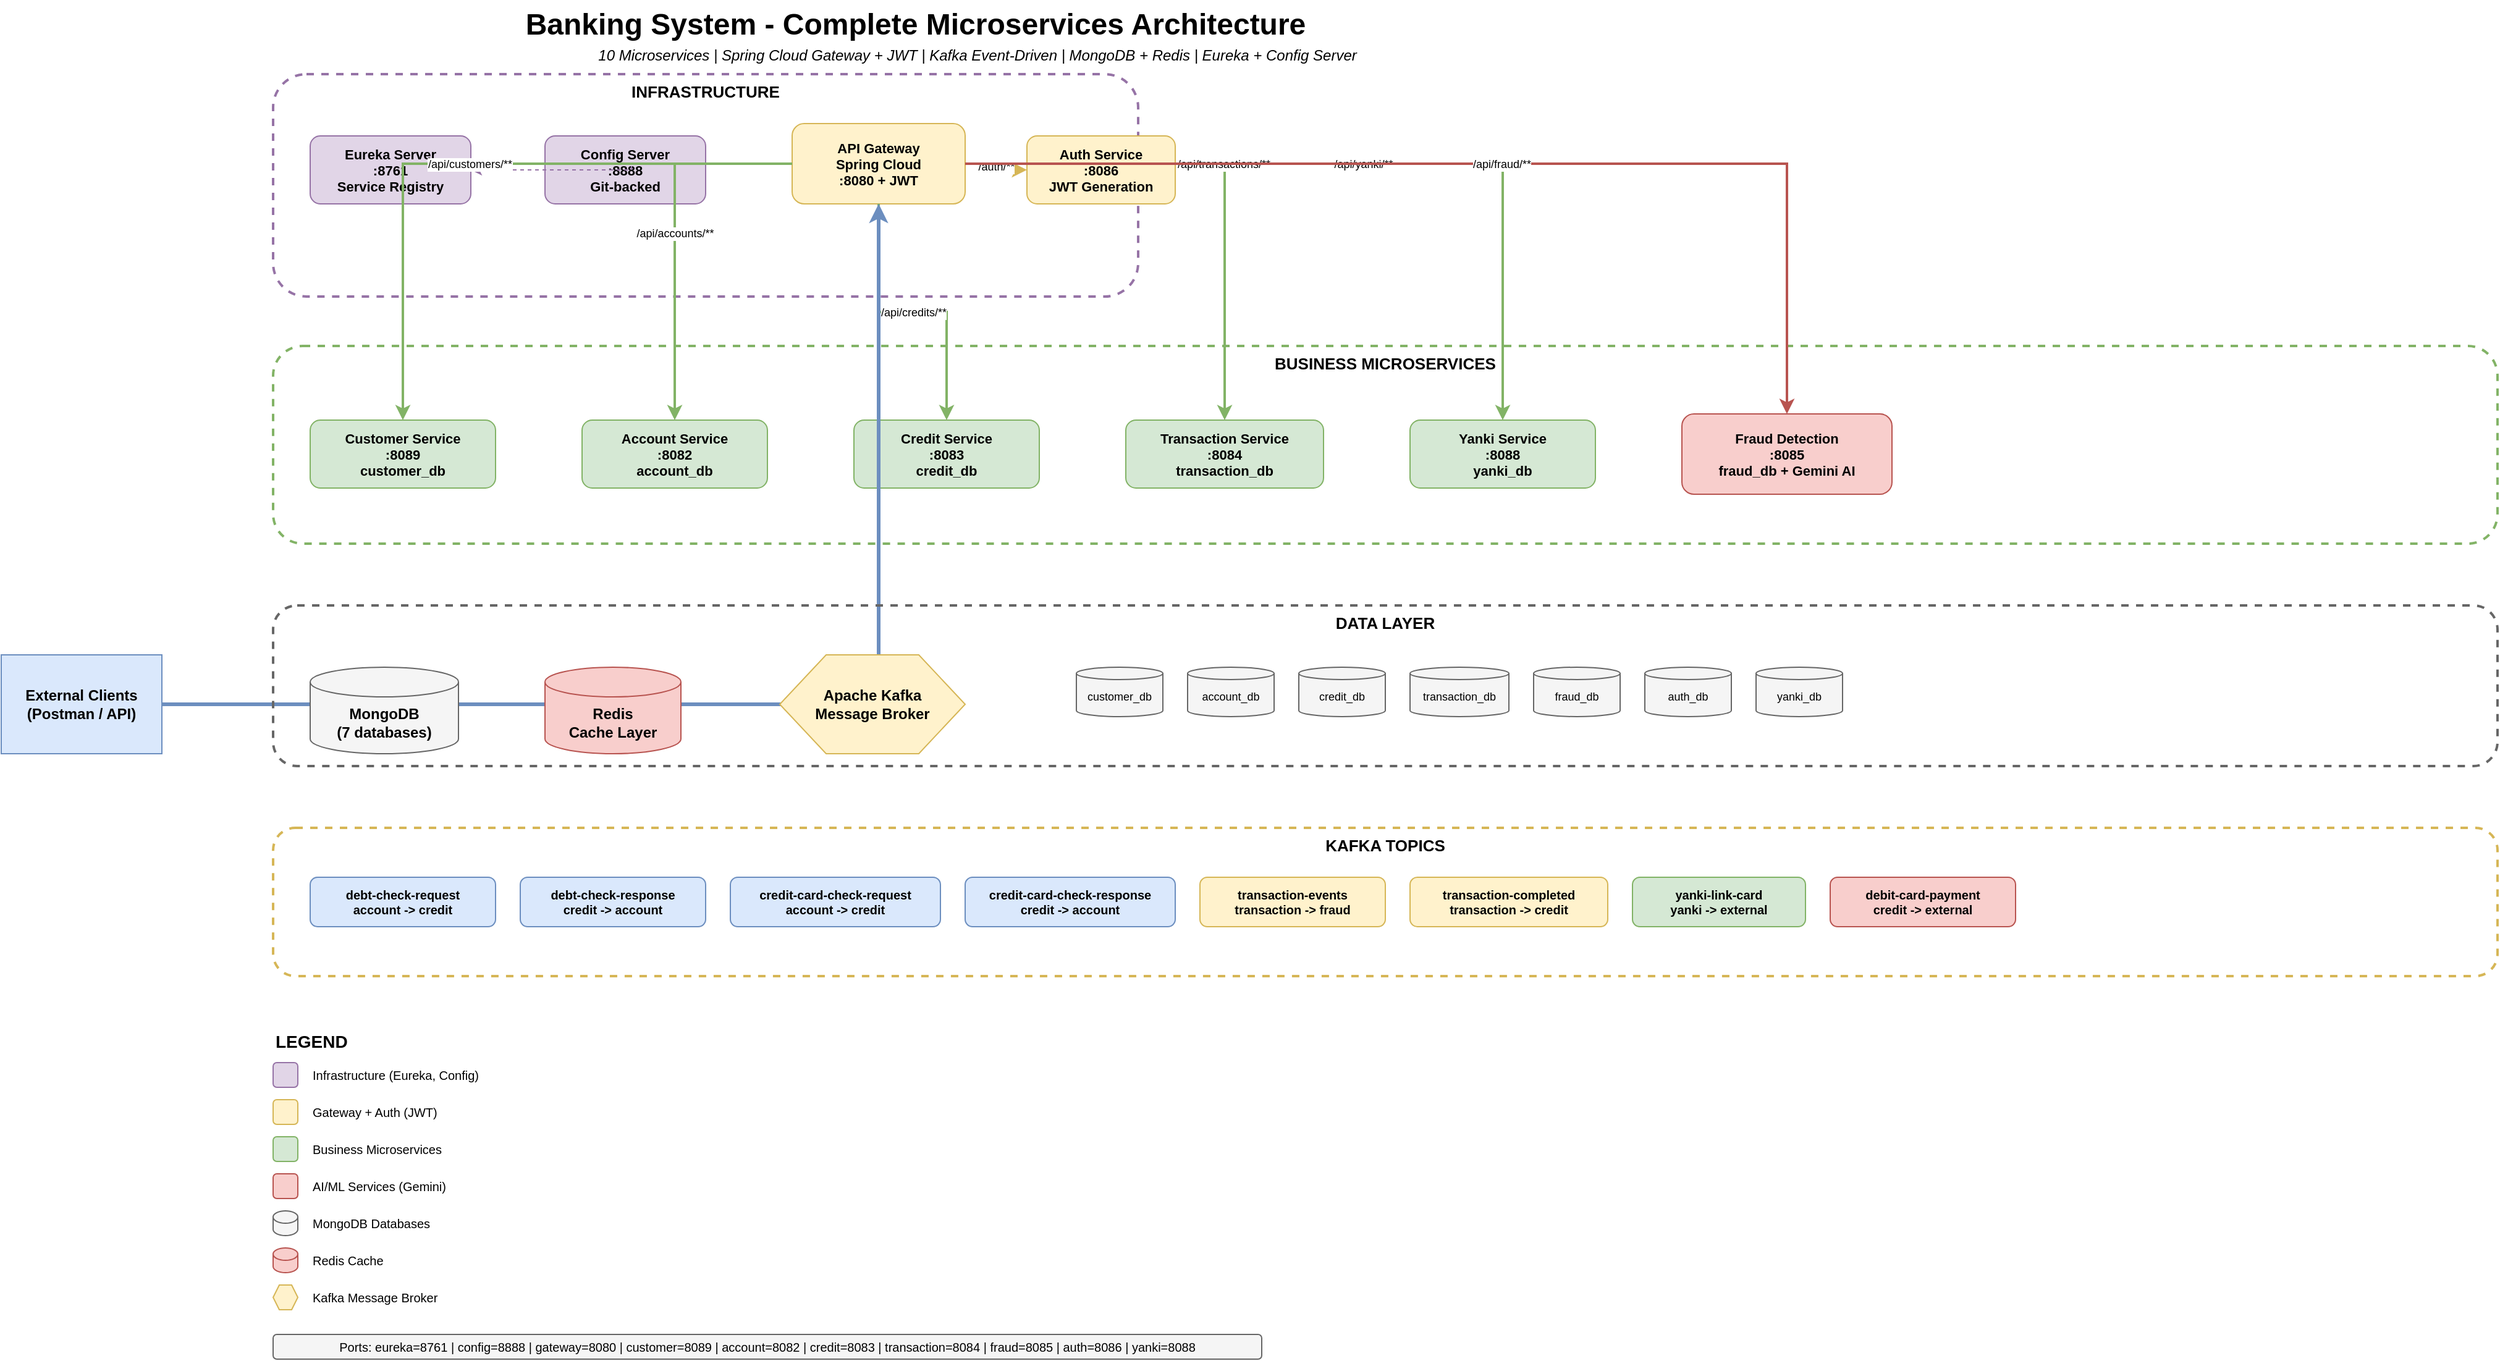
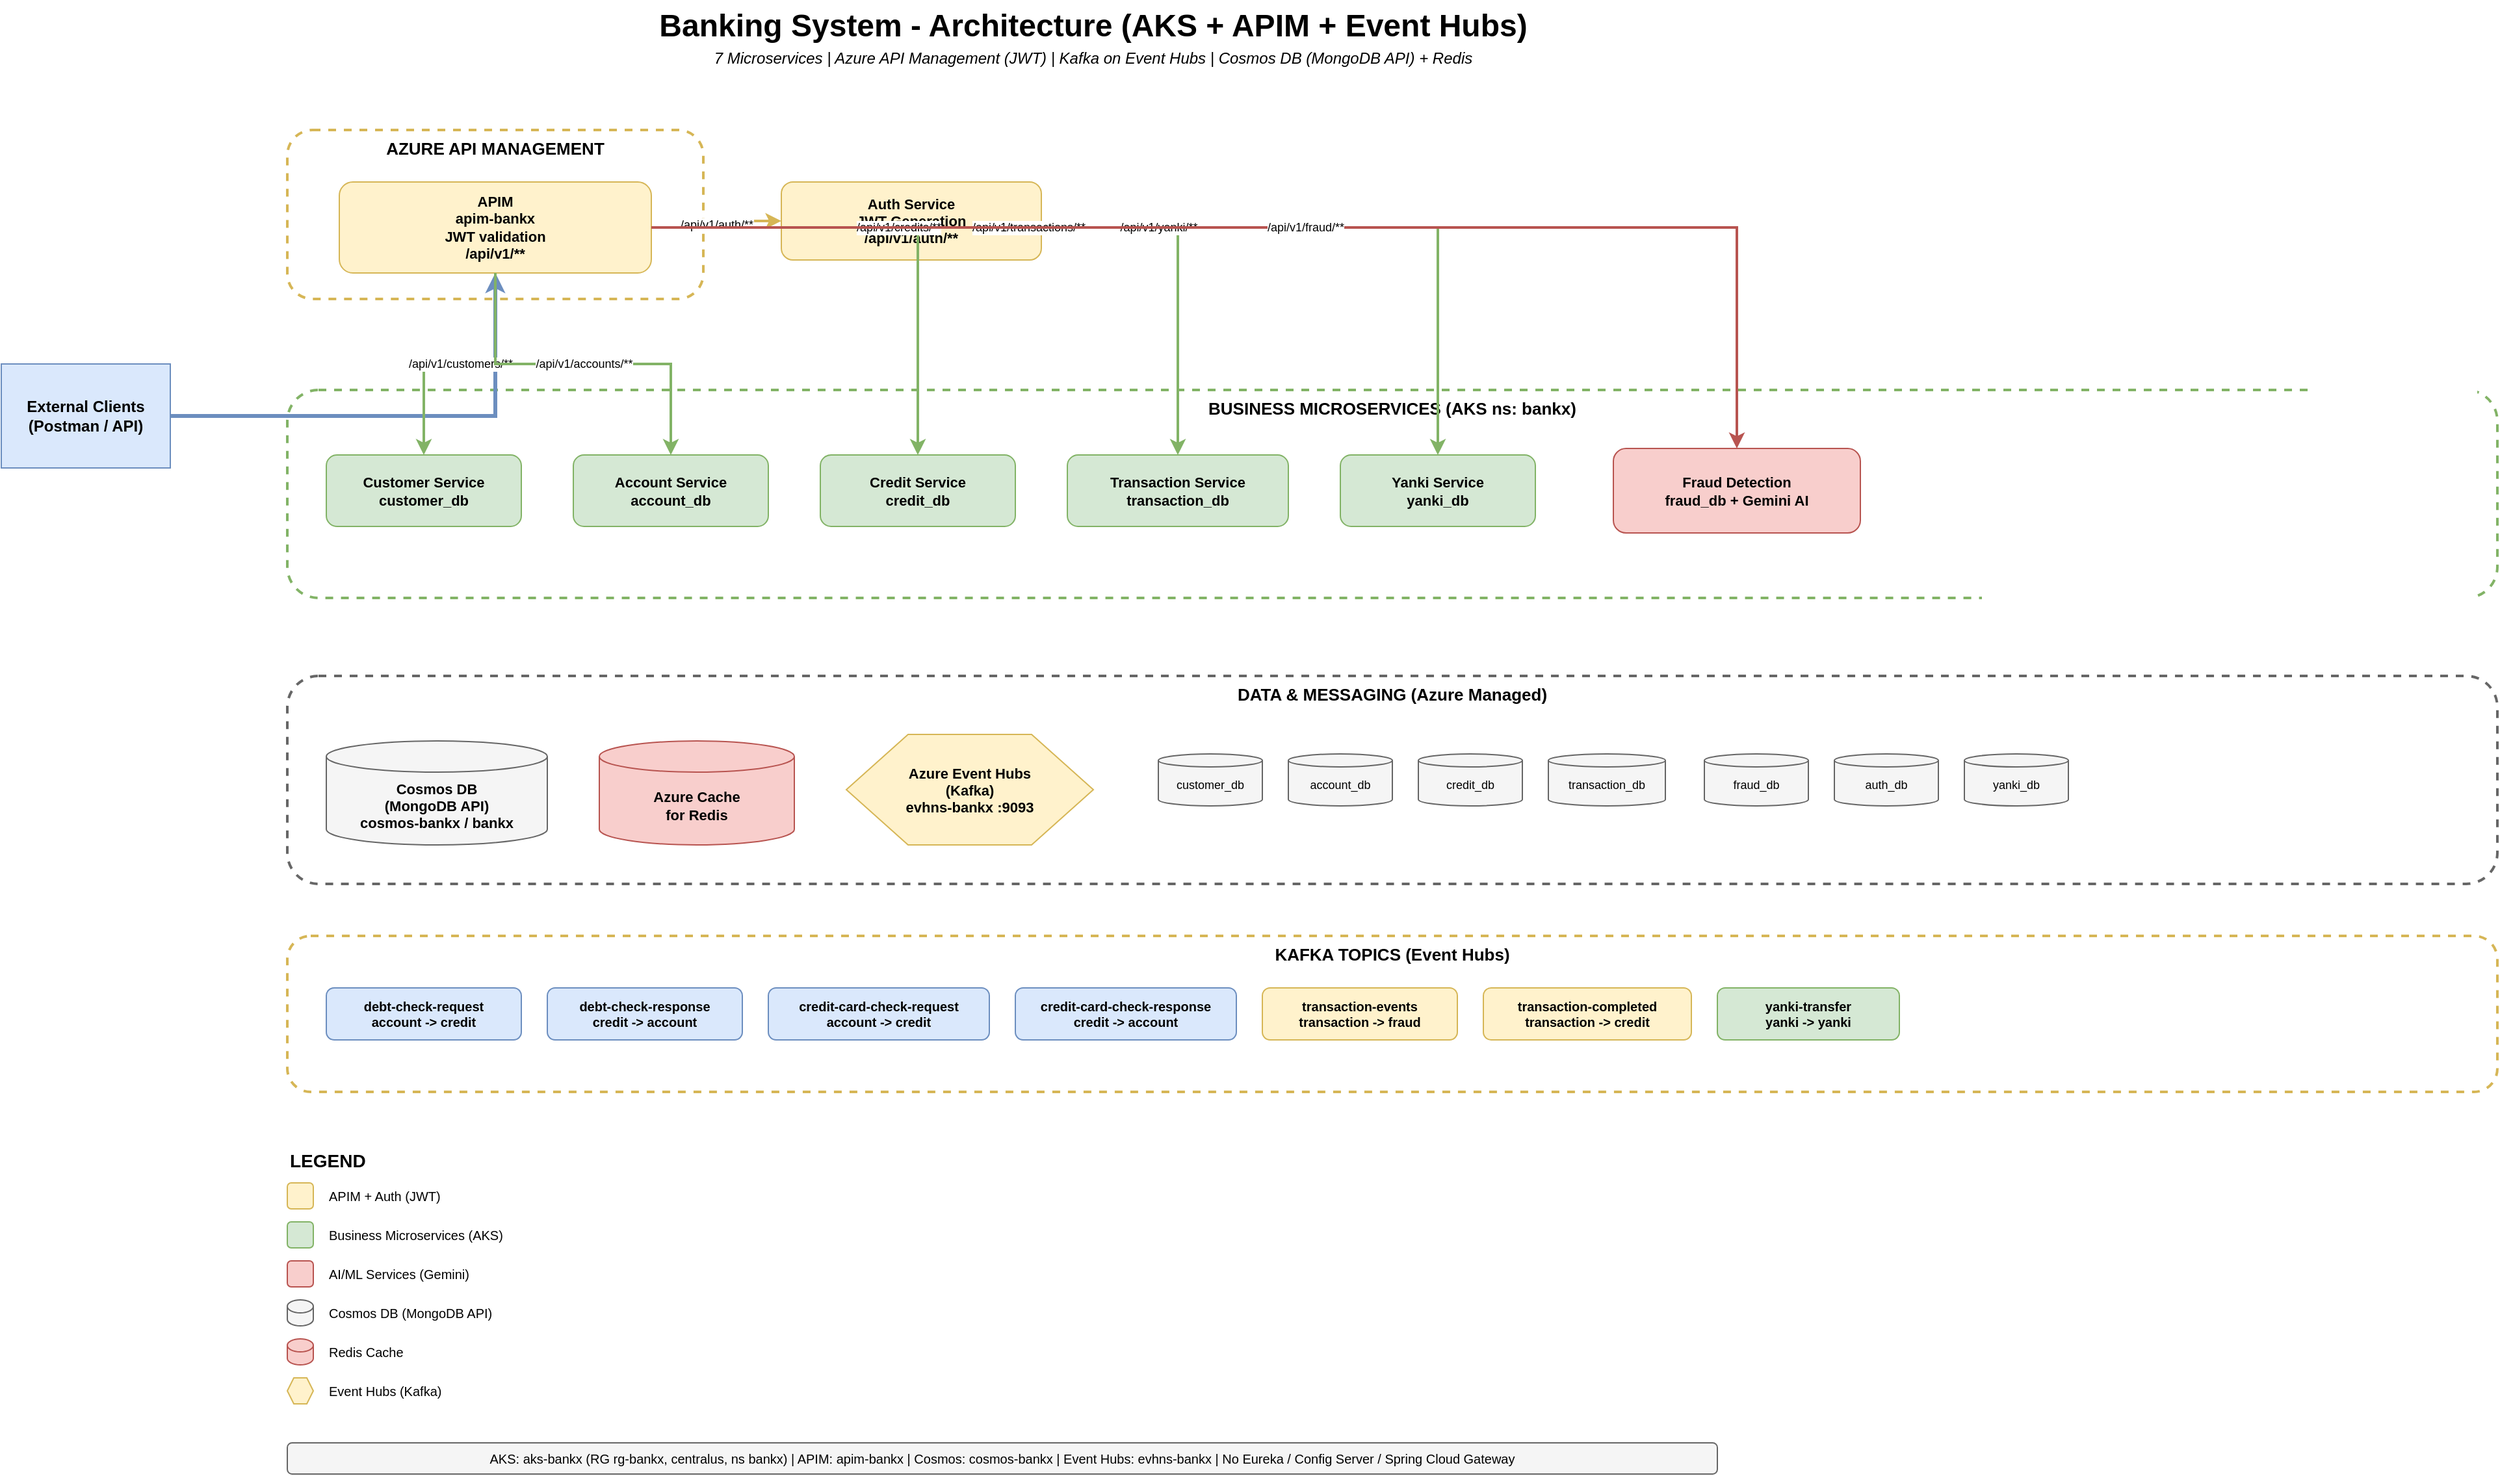
- <mxfile host="app.diagrams.net" modified="2026-07-15T11:30:00.000Z" agent="opencode" version="21.0.0" type="device">
-   <diagram id="banking-system-architecture" name="Banking System Architecture">
-     <mxGraphModel dx="1800" dy="1000" grid="1" gridSize="10" guides="1" tooltips="1" connect="1" arrows="1" fold="1" page="1" pageScale="1" pageWidth="2400" pageHeight="1600" math="0" shadow="0">
+ <mxfile host="app.diagrams.net" modified="2026-07-18T00:00:00.000Z" agent="opencode" version="21.0.0" type="device">
+   <diagram id="banking-system-architecture" name="Banking System Architecture (AKS / APIM)">
+     <mxGraphModel dx="1800" dy="1000" grid="1" gridSize="10" guides="1" tooltips="1" connect="1" arrows="1" fold="1" page="1" pageScale="1" pageWidth="2400" pageHeight="1500" math="0" shadow="0">
      <root>
        <mxCell id="0" />
        <mxCell id="1" parent="0" />
-         <mxCell id="title" value="Banking System - Complete Microservices Architecture" style="text;html=1;strokeColor=none;fillColor=none;align=center;verticalAlign=middle;whiteSpace=wrap;rounded=0;fontSize=24;fontStyle=1" vertex="1" parent="1">
-           <mxGeometry x="400" y="20" width="800" height="40" as="geometry" />
+         <mxCell id="title" value="Banking System - Architecture (AKS + APIM + Event Hubs)" style="text;html=1;strokeColor=none;fillColor=none;align=center;verticalAlign=middle;whiteSpace=wrap;rounded=0;fontSize=24;fontStyle=1" vertex="1" parent="1">
+           <mxGeometry x="400" y="20" width="1000" height="40" as="geometry" />
        </mxCell>
-         <mxCell id="subtitle" value="10 Microservices | Spring Cloud Gateway + JWT | Kafka Event-Driven | MongoDB + Redis | Eureka + Config Server" style="text;html=1;strokeColor=none;fillColor=none;align=center;verticalAlign=middle;whiteSpace=wrap;rounded=0;fontSize=12;fontStyle=2" vertex="1" parent="1">
-           <mxGeometry x="400" y="55" width="900" height="20" as="geometry" />
+         <mxCell id="subtitle" value="7 Microservices | Azure API Management (JWT) | Kafka on Event Hubs | Cosmos DB (MongoDB API) + Redis" style="text;html=1;strokeColor=none;fillColor=none;align=center;verticalAlign=middle;whiteSpace=wrap;rounded=0;fontSize=12;fontStyle=2" vertex="1" parent="1">
+           <mxGeometry x="400" y="55" width="1000" height="20" as="geometry" />
        </mxCell>
        <mxCell id="client" value="External Clients&#xa;(Postman / API)" style="shape=mxgraph.basic.cloud;whiteSpace=wrap;html=1;fillColor=#dae8fc;strokeColor=#6c8ebf;fontSize=12;fontStyle=1" vertex="1" parent="1">
-           <mxGeometry x="60" y="550" width="130" height="80" as="geometry" />
+           <mxGeometry x="60" y="300" width="130" height="80" as="geometry" />
        </mxCell>
-         <mxCell id="infra_zone" value="INFRASTRUCTURE" style="rounded=1;whiteSpace=wrap;html=1;fillColor=none;strokeColor=#9673a6;strokeWidth=2;dashed=1;fontSize=13;fontStyle=1;verticalAlign=top;" vertex="1" parent="1">
-           <mxGeometry x="280" y="80" width="700" height="180" as="geometry" />
+         <mxCell id="apim_zone" value="AZURE API MANAGEMENT" style="rounded=1;whiteSpace=wrap;html=1;fillColor=none;strokeColor=#d6b656;strokeWidth=2;dashed=1;fontSize=13;fontStyle=1;verticalAlign=top;" vertex="1" parent="1">
+           <mxGeometry x="280" y="120" width="320" height="130" as="geometry" />
        </mxCell>
-         <mxCell id="eureka" value="Eureka Server&#xa;:8761&#xa;Service Registry" style="rounded=1;whiteSpace=wrap;html=1;fillColor=#e1d5e7;strokeColor=#9673a6;fontSize=11;fontStyle=1" vertex="1" parent="1">
-           <mxGeometry x="310" y="130" width="130" height="55" as="geometry" />
+         <mxCell id="apim" value="APIM&#xa;apim-bankx&#xa;JWT validation&#xa;/api/v1/**" style="rounded=1;whiteSpace=wrap;html=1;fillColor=#fff2cc;strokeColor=#d6b656;fontSize=11;fontStyle=1" vertex="1" parent="1">
+           <mxGeometry x="320" y="160" width="240" height="70" as="geometry" />
        </mxCell>
-         <mxCell id="config" value="Config Server&#xa;:8888&#xa;Git-backed" style="rounded=1;whiteSpace=wrap;html=1;fillColor=#e1d5e7;strokeColor=#9673a6;fontSize=11;fontStyle=1" vertex="1" parent="1">
-           <mxGeometry x="500" y="130" width="130" height="55" as="geometry" />
+         <mxCell id="auth" value="Auth Service&#xa;JWT Generation&#xa;/api/v1/auth/**" style="rounded=1;whiteSpace=wrap;html=1;fillColor=#fff2cc;strokeColor=#d6b656;fontSize=11;fontStyle=1" vertex="1" parent="1">
+           <mxGeometry x="660" y="160" width="200" height="60" as="geometry" />
        </mxCell>
-         <mxCell id="gateway" value="API Gateway&#xa;Spring Cloud&#xa;:8080 + JWT" style="rounded=1;whiteSpace=wrap;html=1;fillColor=#fff2cc;strokeColor=#d6b656;fontSize=11;fontStyle=1" vertex="1" parent="1">
-           <mxGeometry x="700" y="120" width="140" height="65" as="geometry" />
+         <mxCell id="biz_zone" value="BUSINESS MICROSERVICES (AKS ns: bankx)" style="rounded=1;whiteSpace=wrap;html=1;fillColor=none;strokeColor=#82b366;strokeWidth=2;dashed=1;fontSize=13;fontStyle=1;verticalAlign=top;" vertex="1" parent="1">
+           <mxGeometry x="280" y="320" width="1700" height="160" as="geometry" />
        </mxCell>
-         <mxCell id="auth" value="Auth Service&#xa;:8086&#xa;JWT Generation" style="rounded=1;whiteSpace=wrap;html=1;fillColor=#fff2cc;strokeColor=#d6b656;fontSize=11;fontStyle=1" vertex="1" parent="1">
-           <mxGeometry x="890" y="130" width="120" height="55" as="geometry" />
+         <mxCell id="customer" value="Customer Service&#xa;customer_db" style="rounded=1;whiteSpace=wrap;html=1;fillColor=#d5e8d4;strokeColor=#82b366;fontSize=11;fontStyle=1" vertex="1" parent="1">
+           <mxGeometry x="310" y="370" width="150" height="55" as="geometry" />
        </mxCell>
-         <mxCell id="g_eureka" value="" style="edgeStyle=orthogonalEdgeStyle;rounded=0;orthogonalLoop=1;jettySize=auto;html=1;strokeWidth=1;strokeColor=#9673a6;dashed=1" edge="1" source="gateway" target="eureka" parent="1">
+         <mxCell id="account" value="Account Service&#xa;account_db" style="rounded=1;whiteSpace=wrap;html=1;fillColor=#d5e8d4;strokeColor=#82b366;fontSize=11;fontStyle=1" vertex="1" parent="1">
+           <mxGeometry x="500" y="370" width="150" height="55" as="geometry" />
+         </mxCell>
+         <mxCell id="credit" value="Credit Service&#xa;credit_db" style="rounded=1;whiteSpace=wrap;html=1;fillColor=#d5e8d4;strokeColor=#82b366;fontSize=11;fontStyle=1" vertex="1" parent="1">
+           <mxGeometry x="690" y="370" width="150" height="55" as="geometry" />
+         </mxCell>
+         <mxCell id="transaction" value="Transaction Service&#xa;transaction_db" style="rounded=1;whiteSpace=wrap;html=1;fillColor=#d5e8d4;strokeColor=#82b366;fontSize=11;fontStyle=1" vertex="1" parent="1">
+           <mxGeometry x="880" y="370" width="170" height="55" as="geometry" />
+         </mxCell>
+         <mxCell id="yanki" value="Yanki Service&#xa;yanki_db" style="rounded=1;whiteSpace=wrap;html=1;fillColor=#d5e8d4;strokeColor=#82b366;fontSize=11;fontStyle=1" vertex="1" parent="1">
+           <mxGeometry x="1090" y="370" width="150" height="55" as="geometry" />
+         </mxCell>
+         <mxCell id="fraud" value="Fraud Detection&#xa;fraud_db + Gemini AI" style="rounded=1;whiteSpace=wrap;html=1;fillColor=#f8cecc;strokeColor=#b85450;fontSize=11;fontStyle=1" vertex="1" parent="1">
+           <mxGeometry x="1300" y="365" width="190" height="65" as="geometry" />
+         </mxCell>
+         <mxCell id="client_apim" style="edgeStyle=orthogonalEdgeStyle;rounded=0;orthogonalLoop=1;jettySize=auto;html=1;strokeWidth=3;strokeColor=#6c8ebf" edge="1" source="client" target="apim" parent="1">
          <mxGeometry relative="1" as="geometry" />
        </mxCell>
-         <mxCell id="g_auth" value="/auth/**" style="edgeStyle=orthogonalEdgeStyle;rounded=0;orthogonalLoop=1;jettySize=auto;html=1;strokeWidth=2;strokeColor=#d6b656;fontSize=9" edge="1" source="gateway" target="auth" parent="1">
+         <mxCell id="apim_auth" value="/api/v1/auth/**" style="edgeStyle=orthogonalEdgeStyle;rounded=0;orthogonalLoop=1;jettySize=auto;html=1;strokeWidth=2;strokeColor=#d6b656;fontSize=9" edge="1" source="apim" target="auth" parent="1">
          <mxGeometry relative="1" as="geometry" />
        </mxCell>
-         <mxCell id="biz_zone" value="BUSINESS MICROSERVICES" style="rounded=1;whiteSpace=wrap;html=1;fillColor=none;strokeColor=#82b366;strokeWidth=2;dashed=1;fontSize=13;fontStyle=1;verticalAlign=top;" vertex="1" parent="1">
-           <mxGeometry x="280" y="300" width="1800" height="160" as="geometry" />
-         </mxCell>
-         <mxCell id="customer" value="Customer Service&#xa;:8089&#xa;customer_db" style="rounded=1;whiteSpace=wrap;html=1;fillColor=#d5e8d4;strokeColor=#82b366;fontSize=11;fontStyle=1" vertex="1" parent="1">
-           <mxGeometry x="310" y="360" width="150" height="55" as="geometry" />
-         </mxCell>
-         <mxCell id="account" value="Account Service&#xa;:8082&#xa;account_db" style="rounded=1;whiteSpace=wrap;html=1;fillColor=#d5e8d4;strokeColor=#82b366;fontSize=11;fontStyle=1" vertex="1" parent="1">
-           <mxGeometry x="530" y="360" width="150" height="55" as="geometry" />
-         </mxCell>
-         <mxCell id="credit" value="Credit Service&#xa;:8083&#xa;credit_db" style="rounded=1;whiteSpace=wrap;html=1;fillColor=#d5e8d4;strokeColor=#82b366;fontSize=11;fontStyle=1" vertex="1" parent="1">
-           <mxGeometry x="750" y="360" width="150" height="55" as="geometry" />
-         </mxCell>
-         <mxCell id="transaction" value="Transaction Service&#xa;:8084&#xa;transaction_db" style="rounded=1;whiteSpace=wrap;html=1;fillColor=#d5e8d4;strokeColor=#82b366;fontSize=11;fontStyle=1" vertex="1" parent="1">
-           <mxGeometry x="970" y="360" width="160" height="55" as="geometry" />
-         </mxCell>
-         <mxCell id="yanki" value="Yanki Service&#xa;:8088&#xa;yanki_db" style="rounded=1;whiteSpace=wrap;html=1;fillColor=#d5e8d4;strokeColor=#82b366;fontSize=11;fontStyle=1" vertex="1" parent="1">
-           <mxGeometry x="1200" y="360" width="150" height="55" as="geometry" />
-         </mxCell>
-         <mxCell id="fraud" value="Fraud Detection&#xa;:8085&#xa;fraud_db + Gemini AI" style="rounded=1;whiteSpace=wrap;html=1;fillColor=#f8cecc;strokeColor=#b85450;fontSize=11;fontStyle=1" vertex="1" parent="1">
-           <mxGeometry x="1420" y="355" width="170" height="65" as="geometry" />
-         </mxCell>
-         <mxCell id="gw_cust" value="/api/customers/**" style="edgeStyle=orthogonalEdgeStyle;rounded=0;orthogonalLoop=1;jettySize=auto;html=1;strokeWidth=2;strokeColor=#82b366;fontSize=9" edge="1" source="gateway" target="customer" parent="1">
+         <mxCell id="apim_cust" value="/api/v1/customers/**" style="edgeStyle=orthogonalEdgeStyle;rounded=0;orthogonalLoop=1;jettySize=auto;html=1;strokeWidth=2;strokeColor=#82b366;fontSize=9" edge="1" source="apim" target="customer" parent="1">
          <mxGeometry relative="1" as="geometry" />
        </mxCell>
-         <mxCell id="gw_acc" value="/api/accounts/**" style="edgeStyle=orthogonalEdgeStyle;rounded=0;orthogonalLoop=1;jettySize=auto;html=1;strokeWidth=2;strokeColor=#82b366;fontSize=9" edge="1" source="gateway" target="account" parent="1">
+         <mxCell id="apim_acc" value="/api/v1/accounts/**" style="edgeStyle=orthogonalEdgeStyle;rounded=0;orthogonalLoop=1;jettySize=auto;html=1;strokeWidth=2;strokeColor=#82b366;fontSize=9" edge="1" source="apim" target="account" parent="1">
          <mxGeometry relative="1" as="geometry" />
        </mxCell>
-         <mxCell id="gw_cre" value="/api/credits/**" style="edgeStyle=orthogonalEdgeStyle;rounded=0;orthogonalLoop=1;jettySize=auto;html=1;strokeWidth=2;strokeColor=#82b366;fontSize=9" edge="1" source="gateway" target="credit" parent="1">
+         <mxCell id="apim_cre" value="/api/v1/credits/**" style="edgeStyle=orthogonalEdgeStyle;rounded=0;orthogonalLoop=1;jettySize=auto;html=1;strokeWidth=2;strokeColor=#82b366;fontSize=9" edge="1" source="apim" target="credit" parent="1">
          <mxGeometry relative="1" as="geometry" />
        </mxCell>
-         <mxCell id="gw_tx" value="/api/transactions/**" style="edgeStyle=orthogonalEdgeStyle;rounded=0;orthogonalLoop=1;jettySize=auto;html=1;strokeWidth=2;strokeColor=#82b366;fontSize=9" edge="1" source="gateway" target="transaction" parent="1">
+         <mxCell id="apim_tx" value="/api/v1/transactions/**" style="edgeStyle=orthogonalEdgeStyle;rounded=0;orthogonalLoop=1;jettySize=auto;html=1;strokeWidth=2;strokeColor=#82b366;fontSize=9" edge="1" source="apim" target="transaction" parent="1">
          <mxGeometry relative="1" as="geometry" />
        </mxCell>
-         <mxCell id="gw_yan" value="/api/yanki/**" style="edgeStyle=orthogonalEdgeStyle;rounded=0;orthogonalLoop=1;jettySize=auto;html=1;strokeWidth=2;strokeColor=#82b366;fontSize=9" edge="1" source="gateway" target="yanki" parent="1">
+         <mxCell id="apim_yan" value="/api/v1/yanki/**" style="edgeStyle=orthogonalEdgeStyle;rounded=0;orthogonalLoop=1;jettySize=auto;html=1;strokeWidth=2;strokeColor=#82b366;fontSize=9" edge="1" source="apim" target="yanki" parent="1">
          <mxGeometry relative="1" as="geometry" />
        </mxCell>
-         <mxCell id="gw_frd" value="/api/fraud/**" style="edgeStyle=orthogonalEdgeStyle;rounded=0;orthogonalLoop=1;jettySize=auto;html=1;strokeWidth=2;strokeColor=#b85450;fontSize=9" edge="1" source="gateway" target="fraud" parent="1">
+         <mxCell id="apim_frd" value="/api/v1/fraud/**" style="edgeStyle=orthogonalEdgeStyle;rounded=0;orthogonalLoop=1;jettySize=auto;html=1;strokeWidth=2;strokeColor=#b85450;fontSize=9" edge="1" source="apim" target="fraud" parent="1">
          <mxGeometry relative="1" as="geometry" />
        </mxCell>
-         <mxCell id="client_gw" style="edgeStyle=orthogonalEdgeStyle;rounded=0;orthogonalLoop=1;jettySize=auto;html=1;strokeWidth=3;strokeColor=#6c8ebf" edge="1" source="client" target="gateway" parent="1">
-           <mxGeometry relative="1" as="geometry" />
+         <mxCell id="data_zone" value="DATA &amp; MESSAGING (Azure Managed)" style="rounded=1;whiteSpace=wrap;html=1;fillColor=none;strokeColor=#666666;strokeWidth=2;dashed=1;fontSize=13;fontStyle=1;verticalAlign=top;" vertex="1" parent="1">
+           <mxGeometry x="280" y="540" width="1700" height="160" as="geometry" />
        </mxCell>
-         <mxCell id="mongo_zone" value="DATA LAYER" style="rounded=1;whiteSpace=wrap;html=1;fillColor=none;strokeColor=#666666;strokeWidth=2;dashed=1;fontSize=13;fontStyle=1;verticalAlign=top;" vertex="1" parent="1">
-           <mxGeometry x="280" y="510" width="1800" height="130" as="geometry" />
+         <mxCell id="cosmos_icon" value="Cosmos DB&#xa;(MongoDB API)&#xa;cosmos-bankx / bankx" style="shape=cylinder3;whiteSpace=wrap;html=1;boundedLbl=1;backgroundOutline=1;size=12;fillColor=#f5f5f5;strokeColor=#666666;fontSize=11;fontStyle=1" vertex="1" parent="1">
+           <mxGeometry x="310" y="590" width="170" height="80" as="geometry" />
        </mxCell>
-         <mxCell id="mongo_icon" value="MongoDB&#xa;(7 databases)" style="shape=cylinder3;whiteSpace=wrap;html=1;boundedLbl=1;backgroundOutline=1;size=12;fillColor=#f5f5f5;strokeColor=#666666;fontSize=12;fontStyle=1" vertex="1" parent="1">
-           <mxGeometry x="310" y="560" width="120" height="70" as="geometry" />
+         <mxCell id="redis_icon" value="Azure Cache&#xa;for Redis" style="shape=cylinder3;whiteSpace=wrap;html=1;boundedLbl=1;backgroundOutline=1;size=12;fillColor=#f8cecc;strokeColor=#b85450;fontSize=11;fontStyle=1" vertex="1" parent="1">
+           <mxGeometry x="520" y="590" width="150" height="80" as="geometry" />
        </mxCell>
-         <mxCell id="redis_icon" value="Redis&#xa;Cache Layer" style="shape=cylinder3;whiteSpace=wrap;html=1;boundedLbl=1;backgroundOutline=1;size=12;fillColor=#f8cecc;strokeColor=#b85450;fontSize=12;fontStyle=1" vertex="1" parent="1">
-           <mxGeometry x="500" y="560" width="110" height="70" as="geometry" />
-         </mxCell>
-         <mxCell id="kafka_icon" value="Apache Kafka&#xa;Message Broker" style="shape=hexagon;perimeter=hexagonPerimeter2;whiteSpace=wrap;html=1;fixedSize=0;fillColor=#fff2cc;strokeColor=#d6b656;fontSize=12;fontStyle=1" vertex="1" parent="1">
-           <mxGeometry x="690" y="550" width="150" height="80" as="geometry" />
+         <mxCell id="evh_icon" value="Azure Event Hubs&#xa;(Kafka)&#xa;evhns-bankx :9093" style="shape=hexagon;perimeter=hexagonPerimeter2;whiteSpace=wrap;html=1;fixedSize=0;fillColor=#fff2cc;strokeColor=#d6b656;fontSize=11;fontStyle=1" vertex="1" parent="1">
+           <mxGeometry x="710" y="585" width="190" height="85" as="geometry" />
        </mxCell>
        <mxCell id="db1" value="customer_db" style="shape=cylinder3;whiteSpace=wrap;html=1;boundedLbl=1;backgroundOutline=1;size=5;fillColor=#f5f5f5;strokeColor=#666666;fontSize=9" vertex="1" parent="1">
-           <mxGeometry x="930" y="560" width="70" height="40" as="geometry" />
+           <mxGeometry x="950" y="600" width="80" height="40" as="geometry" />
        </mxCell>
        <mxCell id="db2" value="account_db" style="shape=cylinder3;whiteSpace=wrap;html=1;boundedLbl=1;backgroundOutline=1;size=5;fillColor=#f5f5f5;strokeColor=#666666;fontSize=9" vertex="1" parent="1">
-           <mxGeometry x="1020" y="560" width="70" height="40" as="geometry" />
+           <mxGeometry x="1050" y="600" width="80" height="40" as="geometry" />
        </mxCell>
        <mxCell id="db3" value="credit_db" style="shape=cylinder3;whiteSpace=wrap;html=1;boundedLbl=1;backgroundOutline=1;size=5;fillColor=#f5f5f5;strokeColor=#666666;fontSize=9" vertex="1" parent="1">
-           <mxGeometry x="1110" y="560" width="70" height="40" as="geometry" />
+           <mxGeometry x="1150" y="600" width="80" height="40" as="geometry" />
        </mxCell>
        <mxCell id="db4" value="transaction_db" style="shape=cylinder3;whiteSpace=wrap;html=1;boundedLbl=1;backgroundOutline=1;size=5;fillColor=#f5f5f5;strokeColor=#666666;fontSize=9" vertex="1" parent="1">
-           <mxGeometry x="1200" y="560" width="80" height="40" as="geometry" />
+           <mxGeometry x="1250" y="600" width="90" height="40" as="geometry" />
        </mxCell>
        <mxCell id="db5" value="fraud_db" style="shape=cylinder3;whiteSpace=wrap;html=1;boundedLbl=1;backgroundOutline=1;size=5;fillColor=#f5f5f5;strokeColor=#666666;fontSize=9" vertex="1" parent="1">
-           <mxGeometry x="1300" y="560" width="70" height="40" as="geometry" />
+           <mxGeometry x="1370" y="600" width="80" height="40" as="geometry" />
        </mxCell>
        <mxCell id="db6" value="auth_db" style="shape=cylinder3;whiteSpace=wrap;html=1;boundedLbl=1;backgroundOutline=1;size=5;fillColor=#f5f5f5;strokeColor=#666666;fontSize=9" vertex="1" parent="1">
-           <mxGeometry x="1390" y="560" width="70" height="40" as="geometry" />
+           <mxGeometry x="1470" y="600" width="80" height="40" as="geometry" />
        </mxCell>
        <mxCell id="db7" value="yanki_db" style="shape=cylinder3;whiteSpace=wrap;html=1;boundedLbl=1;backgroundOutline=1;size=5;fillColor=#f5f5f5;strokeColor=#666666;fontSize=9" vertex="1" parent="1">
-           <mxGeometry x="1480" y="560" width="70" height="40" as="geometry" />
+           <mxGeometry x="1570" y="600" width="80" height="40" as="geometry" />
        </mxCell>
-         <mxCell id="kafka_zone" value="KAFKA TOPICS" style="rounded=1;whiteSpace=wrap;html=1;fillColor=none;strokeColor=#d6b656;strokeWidth=2;dashed=1;fontSize=13;fontStyle=1;verticalAlign=top;" vertex="1" parent="1">
-           <mxGeometry x="280" y="690" width="1800" height="120" as="geometry" />
+         <mxCell id="kafka_zone" value="KAFKA TOPICS (Event Hubs)" style="rounded=1;whiteSpace=wrap;html=1;fillColor=none;strokeColor=#d6b656;strokeWidth=2;dashed=1;fontSize=13;fontStyle=1;verticalAlign=top;" vertex="1" parent="1">
+           <mxGeometry x="280" y="740" width="1700" height="120" as="geometry" />
        </mxCell>
        <mxCell id="topic1" value="debt-check-request&#xa;account -> credit" style="rounded=1;whiteSpace=wrap;html=1;fillColor=#dae8fc;strokeColor=#6c8ebf;fontSize=10;fontStyle=1" vertex="1" parent="1">
-           <mxGeometry x="310" y="730" width="150" height="40" as="geometry" />
+           <mxGeometry x="310" y="780" width="150" height="40" as="geometry" />
        </mxCell>
        <mxCell id="topic2" value="debt-check-response&#xa;credit -> account" style="rounded=1;whiteSpace=wrap;html=1;fillColor=#dae8fc;strokeColor=#6c8ebf;fontSize=10;fontStyle=1" vertex="1" parent="1">
-           <mxGeometry x="480" y="730" width="150" height="40" as="geometry" />
+           <mxGeometry x="480" y="780" width="150" height="40" as="geometry" />
        </mxCell>
        <mxCell id="topic3" value="credit-card-check-request&#xa;account -> credit" style="rounded=1;whiteSpace=wrap;html=1;fillColor=#dae8fc;strokeColor=#6c8ebf;fontSize=10;fontStyle=1" vertex="1" parent="1">
-           <mxGeometry x="650" y="730" width="170" height="40" as="geometry" />
+           <mxGeometry x="650" y="780" width="170" height="40" as="geometry" />
        </mxCell>
        <mxCell id="topic4" value="credit-card-check-response&#xa;credit -> account" style="rounded=1;whiteSpace=wrap;html=1;fillColor=#dae8fc;strokeColor=#6c8ebf;fontSize=10;fontStyle=1" vertex="1" parent="1">
-           <mxGeometry x="840" y="730" width="170" height="40" as="geometry" />
+           <mxGeometry x="840" y="780" width="170" height="40" as="geometry" />
        </mxCell>
        <mxCell id="topic5" value="transaction-events&#xa;transaction -> fraud" style="rounded=1;whiteSpace=wrap;html=1;fillColor=#fff2cc;strokeColor=#d6b656;fontSize=10;fontStyle=1" vertex="1" parent="1">
-           <mxGeometry x="1030" y="730" width="150" height="40" as="geometry" />
+           <mxGeometry x="1030" y="780" width="150" height="40" as="geometry" />
        </mxCell>
        <mxCell id="topic6" value="transaction-completed&#xa;transaction -> credit" style="rounded=1;whiteSpace=wrap;html=1;fillColor=#fff2cc;strokeColor=#d6b656;fontSize=10;fontStyle=1" vertex="1" parent="1">
-           <mxGeometry x="1200" y="730" width="160" height="40" as="geometry" />
+           <mxGeometry x="1200" y="780" width="160" height="40" as="geometry" />
        </mxCell>
-         <mxCell id="topic7" value="yanki-link-card&#xa;yanki -> external" style="rounded=1;whiteSpace=wrap;html=1;fillColor=#d5e8d4;strokeColor=#82b366;fontSize=10;fontStyle=1" vertex="1" parent="1">
-           <mxGeometry x="1380" y="730" width="140" height="40" as="geometry" />
-         </mxCell>
-         <mxCell id="topic8" value="debit-card-payment&#xa;credit -> external" style="rounded=1;whiteSpace=wrap;html=1;fillColor=#f8cecc;strokeColor=#b85450;fontSize=10;fontStyle=1" vertex="1" parent="1">
-           <mxGeometry x="1540" y="730" width="150" height="40" as="geometry" />
+         <mxCell id="topic7" value="yanki-transfer&#xa;yanki -> yanki" style="rounded=1;whiteSpace=wrap;html=1;fillColor=#d5e8d4;strokeColor=#82b366;fontSize=10;fontStyle=1" vertex="1" parent="1">
+           <mxGeometry x="1380" y="780" width="140" height="40" as="geometry" />
        </mxCell>
        <mxCell id="legend" value="LEGEND" style="text;html=1;strokeColor=none;fillColor=none;align=left;verticalAlign=middle;fontSize=14;fontStyle=1" vertex="1" parent="1">
-           <mxGeometry x="280" y="850" width="100" height="25" as="geometry" />
-         </mxCell>
-         <mxCell id="leg1" value="" style="rounded=1;whiteSpace=wrap;html=1;fillColor=#e1d5e7;strokeColor=#9673a6" vertex="1" parent="1">
-           <mxGeometry x="280" y="880" width="20" height="20" as="geometry" />
-         </mxCell>
-         <mxCell id="leg1t" value="Infrastructure (Eureka, Config)" style="text;html=1;strokeColor=none;fillColor=none;align=left;verticalAlign=middle;fontSize=10" vertex="1" parent="1">
-           <mxGeometry x="310" y="880" width="200" height="20" as="geometry" />
+           <mxGeometry x="280" y="900" width="100" height="25" as="geometry" />
        </mxCell>
        <mxCell id="leg2" value="" style="rounded=1;whiteSpace=wrap;html=1;fillColor=#fff2cc;strokeColor=#d6b656" vertex="1" parent="1">
-           <mxGeometry x="280" y="910" width="20" height="20" as="geometry" />
+           <mxGeometry x="280" y="930" width="20" height="20" as="geometry" />
        </mxCell>
-         <mxCell id="leg2t" value="Gateway + Auth (JWT)" style="text;html=1;strokeColor=none;fillColor=none;align=left;verticalAlign=middle;fontSize=10" vertex="1" parent="1">
-           <mxGeometry x="310" y="910" width="150" height="20" as="geometry" />
+         <mxCell id="leg2t" value="APIM + Auth (JWT)" style="text;html=1;strokeColor=none;fillColor=none;align=left;verticalAlign=middle;fontSize=10" vertex="1" parent="1">
+           <mxGeometry x="310" y="930" width="150" height="20" as="geometry" />
        </mxCell>
        <mxCell id="leg3" value="" style="rounded=1;whiteSpace=wrap;html=1;fillColor=#d5e8d4;strokeColor=#82b366" vertex="1" parent="1">
-           <mxGeometry x="280" y="940" width="20" height="20" as="geometry" />
+           <mxGeometry x="280" y="960" width="20" height="20" as="geometry" />
        </mxCell>
-         <mxCell id="leg3t" value="Business Microservices" style="text;html=1;strokeColor=none;fillColor=none;align=left;verticalAlign=middle;fontSize=10" vertex="1" parent="1">
-           <mxGeometry x="310" y="940" width="150" height="20" as="geometry" />
+         <mxCell id="leg3t" value="Business Microservices (AKS)" style="text;html=1;strokeColor=none;fillColor=none;align=left;verticalAlign=middle;fontSize=10" vertex="1" parent="1">
+           <mxGeometry x="310" y="960" width="170" height="20" as="geometry" />
        </mxCell>
        <mxCell id="leg4" value="" style="rounded=1;whiteSpace=wrap;html=1;fillColor=#f8cecc;strokeColor=#b85450" vertex="1" parent="1">
-           <mxGeometry x="280" y="970" width="20" height="20" as="geometry" />
+           <mxGeometry x="280" y="990" width="20" height="20" as="geometry" />
        </mxCell>
        <mxCell id="leg4t" value="AI/ML Services (Gemini)" style="text;html=1;strokeColor=none;fillColor=none;align=left;verticalAlign=middle;fontSize=10" vertex="1" parent="1">
-           <mxGeometry x="310" y="970" width="150" height="20" as="geometry" />
+           <mxGeometry x="310" y="990" width="150" height="20" as="geometry" />
        </mxCell>
        <mxCell id="leg5" value="" style="shape=cylinder3;whiteSpace=wrap;html=1;boundedLbl=1;backgroundOutline=1;size=5;fillColor=#f5f5f5;strokeColor=#666666" vertex="1" parent="1">
-           <mxGeometry x="280" y="1000" width="20" height="20" as="geometry" />
+           <mxGeometry x="280" y="1020" width="20" height="20" as="geometry" />
        </mxCell>
-         <mxCell id="leg5t" value="MongoDB Databases" style="text;html=1;strokeColor=none;fillColor=none;align=left;verticalAlign=middle;fontSize=10" vertex="1" parent="1">
-           <mxGeometry x="310" y="1000" width="120" height="20" as="geometry" />
+         <mxCell id="leg5t" value="Cosmos DB (MongoDB API)" style="text;html=1;strokeColor=none;fillColor=none;align=left;verticalAlign=middle;fontSize=10" vertex="1" parent="1">
+           <mxGeometry x="310" y="1020" width="140" height="20" as="geometry" />
        </mxCell>
        <mxCell id="leg6" value="" style="shape=cylinder3;whiteSpace=wrap;html=1;boundedLbl=1;backgroundOutline=1;size=5;fillColor=#f8cecc;strokeColor=#b85450" vertex="1" parent="1">
-           <mxGeometry x="280" y="1030" width="20" height="20" as="geometry" />
+           <mxGeometry x="280" y="1050" width="20" height="20" as="geometry" />
        </mxCell>
        <mxCell id="leg6t" value="Redis Cache" style="text;html=1;strokeColor=none;fillColor=none;align=left;verticalAlign=middle;fontSize=10" vertex="1" parent="1">
-           <mxGeometry x="310" y="1030" width="100" height="20" as="geometry" />
+           <mxGeometry x="310" y="1050" width="100" height="20" as="geometry" />
        </mxCell>
        <mxCell id="leg7" value="" style="shape=hexagon;perimeter=hexagonPerimeter2;whiteSpace=wrap;html=1;fixedSize=0;fillColor=#fff2cc;strokeColor=#d6b656" vertex="1" parent="1">
-           <mxGeometry x="280" y="1060" width="20" height="20" as="geometry" />
+           <mxGeometry x="280" y="1080" width="20" height="20" as="geometry" />
        </mxCell>
-         <mxCell id="leg7t" value="Kafka Message Broker" style="text;html=1;strokeColor=none;fillColor=none;align=left;verticalAlign=middle;fontSize=10" vertex="1" parent="1">
-           <mxGeometry x="310" y="1060" width="130" height="20" as="geometry" />
+         <mxCell id="leg7t" value="Event Hubs (Kafka)" style="text;html=1;strokeColor=none;fillColor=none;align=left;verticalAlign=middle;fontSize=10" vertex="1" parent="1">
+           <mxGeometry x="310" y="1080" width="130" height="20" as="geometry" />
        </mxCell>
-         <mxCell id="port_ref" value="Ports: eureka=8761 | config=8888 | gateway=8080 | customer=8089 | account=8082 | credit=8083 | transaction=8084 | fraud=8085 | auth=8086 | yanki=8088" style="text;html=1;strokeColor=#666666;fillColor=#f5f5f5;align=center;verticalAlign=middle;fontSize=10;whiteSpace=wrap;rounded=1" vertex="1" parent="1">
-           <mxGeometry x="280" y="1100" width="800" height="20" as="geometry" />
+         <mxCell id="note_ref" value="AKS: aks-bankx (RG rg-bankx, centralus, ns bankx) | APIM: apim-bankx | Cosmos: cosmos-bankx | Event Hubs: evhns-bankx | No Eureka / Config Server / Spring Cloud Gateway" style="text;html=1;strokeColor=#666666;fillColor=#f5f5f5;align=center;verticalAlign=middle;fontSize=10;whiteSpace=wrap;rounded=1" vertex="1" parent="1">
+           <mxGeometry x="280" y="1130" width="1100" height="24" as="geometry" />
        </mxCell>
      </root>
    </mxGraphModel>
  </diagram>
</mxfile>
